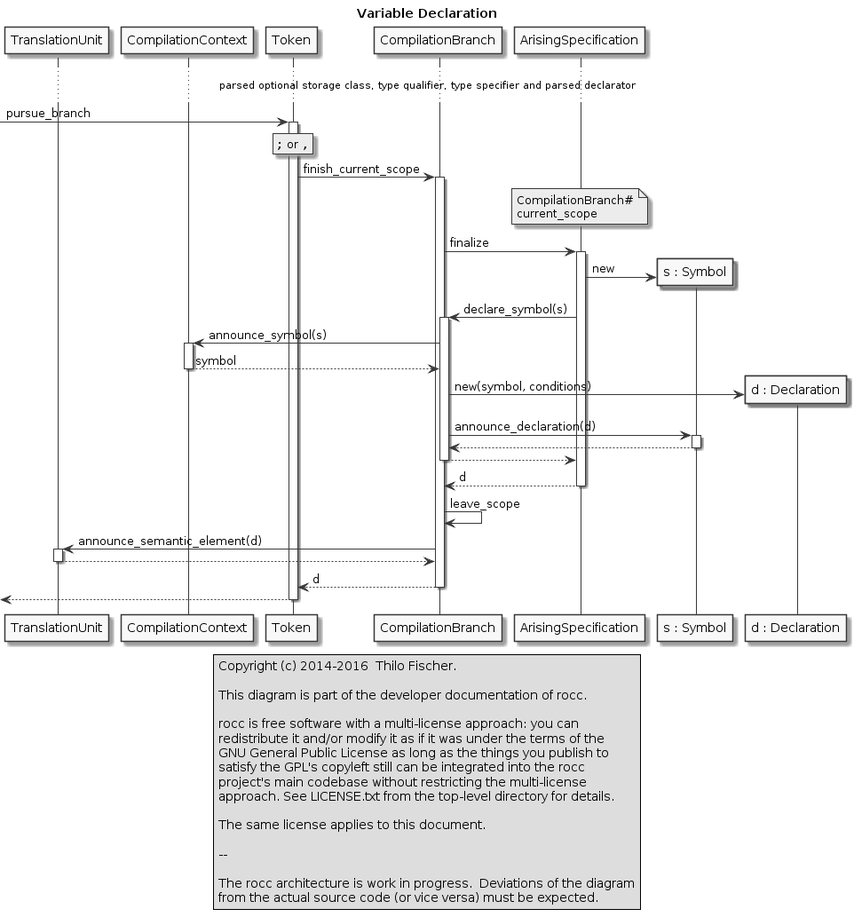
Before: design/snippets/symbol-instantiation_variable-declaration.png, a diagram exported from PlantUML (thilo-fischer/rocc). The source it was exported from:
```plantuml
@startuml

legend center
  Copyright (c) 2014-2016  Thilo Fischer.

  This diagram is part of the developer documentation of rocc.

  rocc is free software with a multi-license approach: you can
  redistribute it and/or modify it as if it was under the terms of the
  GNU General Public License as long as the things you publish to
  satisfy the GPL's copyleft still can be integrated into the rocc
  project's main codebase without restricting the multi-license
  approach. See LICENSE.txt from the top-level directory for details.

  The same license applies to this document.

  --

  The rocc architecture is work in progress.  Deviations of the diagram
  from the actual source code (or vice versa) must be expected.
endlegend

skinparam monochrome true

title Variable Declaration

participant TranslationUnit
participant CompilationContext
participant Token
participant CompilationBranch
participant "ArisingSpecification" as ArisingSpecification
participant "s : Symbol" as Symbol
participant "d : Declaration" as Declaration

... parsed optional storage class, type qualifier, type specifier and parsed declarator ...

[-> Token : pursue_branch

rnote over Token : "";"" or "",""

activate Token

Token -> CompilationBranch : finish_current_scope
activate CompilationBranch

note over ArisingSpecification : CompilationBranch#\ncurrent_scope
CompilationBranch -> ArisingSpecification : finalize
activate ArisingSpecification

create Symbol
ArisingSpecification -> Symbol : new

ArisingSpecification -> CompilationBranch : declare_symbol(s)
activate CompilationBranch

CompilationBranch -> CompilationContext : announce_symbol(s)
activate CompilationContext
CompilationBranch <-- CompilationContext : symbol
deactivate CompilationContext

create Declaration
CompilationBranch -> Declaration : new(symbol, conditions)

CompilationBranch -> Symbol : announce_declaration(d)
activate Symbol
CompilationBranch <-- Symbol
deactivate Symbol

ArisingSpecification <-- CompilationBranch
deactivate CompilationBranch

CompilationBranch <-- ArisingSpecification : d
deactivate ArisingSpecification

CompilationBranch -> CompilationBranch : leave_scope

CompilationBranch -> TranslationUnit : announce_semantic_element(d)
activate TranslationUnit
CompilationBranch <-- TranslationUnit
deactivate TranslationUnit

Token <-- CompilationBranch : d
deactivate CompilationBranch

[<-- Token
deactivate Token

@enduml
```
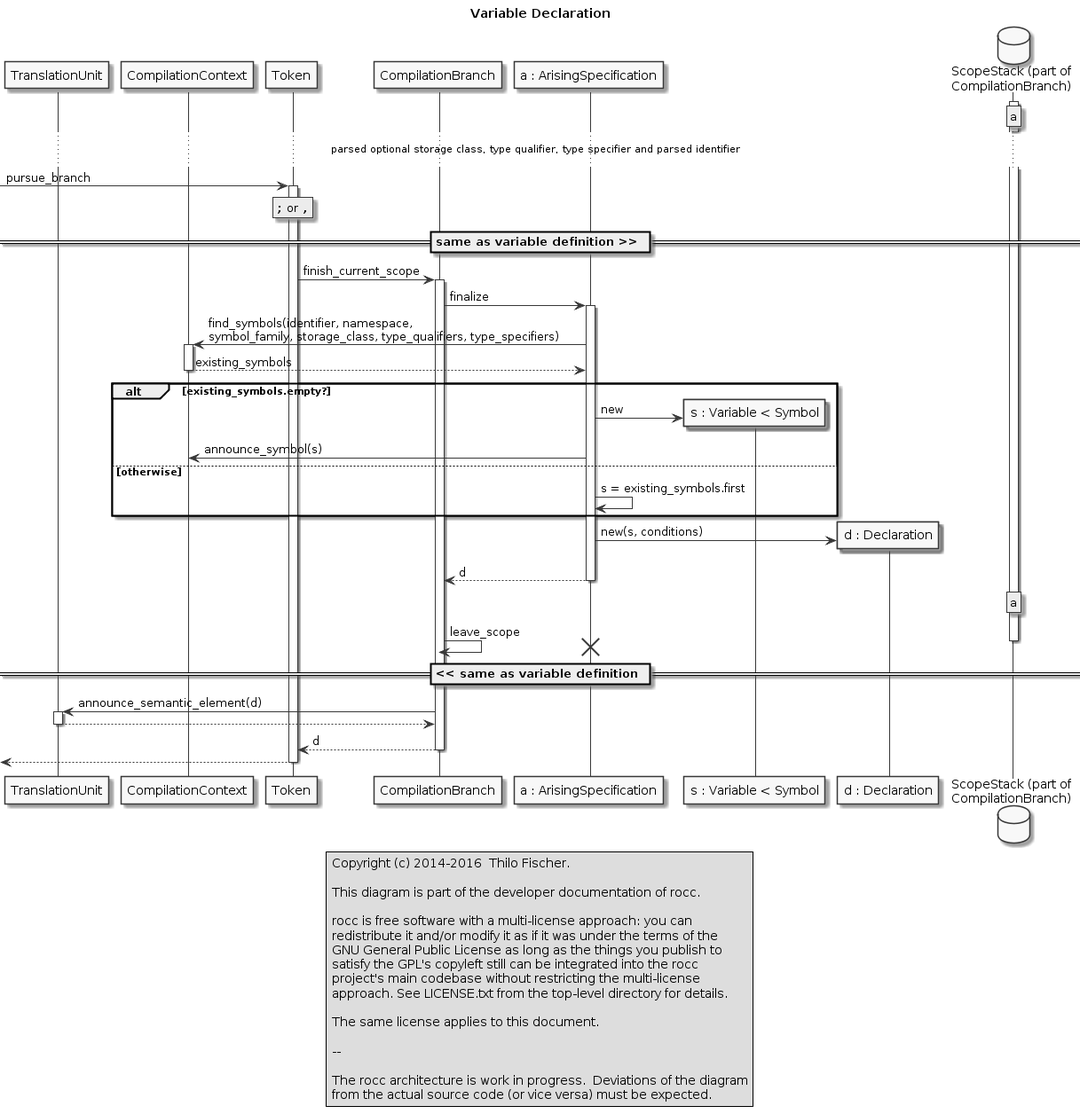
After the commit.

Commit message:
... reworking specifications and symbol instanciation (...  design documents ...) ...

Diff of the diagram source:
```diff
@@ -28,11 +28,15 @@
 participant CompilationContext
 participant Token
 participant CompilationBranch
-participant "ArisingSpecification" as ArisingSpecification
-participant "s : Symbol" as Symbol
+participant "a : ArisingSpecification" as ArisingSpecification
+participant "s : Variable < Symbol" as Symbol
 participant "d : Declaration" as Declaration
+database "ScopeStack (part of\nCompilationBranch)" as ScopeStack
 
-... parsed optional storage class, type qualifier, type specifier and parsed declarator ...
+activate ScopeStack
+rnote over ScopeStack : a
+
+... parsed optional storage class, type qualifier, type specifier and parsed identifier ...
 
 [-> Token : pursue_branch
 
@@ -40,39 +44,45 @@
 
 activate Token
 
+== same as variable definition >> ==
+
 Token -> CompilationBranch : finish_current_scope
 activate CompilationBranch
 
-note over ArisingSpecification : CompilationBranch#\ncurrent_scope
 CompilationBranch -> ArisingSpecification : finalize
 activate ArisingSpecification
 
-create Symbol
-ArisingSpecification -> Symbol : new
-
-ArisingSpecification -> CompilationBranch : declare_symbol(s)
-activate CompilationBranch
-
-CompilationBranch -> CompilationContext : announce_symbol(s)
+ArisingSpecification -> CompilationContext : find_symbols(identifier, namespace,\nsymbol_family, storage_class, type_qualifiers, type_specifiers)
 activate CompilationContext
-CompilationBranch <-- CompilationContext : symbol
+ArisingSpecification <-- CompilationContext : existing_symbols
 deactivate CompilationContext
 
+alt existing_symbols.empty?
+
+  create Symbol
+  ArisingSpecification -> Symbol : new
+
+  ArisingSpecification -> CompilationContext : announce_symbol(s)
+
+else otherwise
+
+  ArisingSpecification -> ArisingSpecification : s = existing_symbols.first
+
+end ' alt existing_symbols.empty?
+
 create Declaration
-CompilationBranch -> Declaration : new(symbol, conditions)
+ArisingSpecification -> Declaration : new(s, conditions)
 
-CompilationBranch -> Symbol : announce_declaration(d)
-activate Symbol
-CompilationBranch <-- Symbol
-deactivate Symbol
-
-ArisingSpecification <-- CompilationBranch
-deactivate CompilationBranch
 
 CompilationBranch <-- ArisingSpecification : d
 deactivate ArisingSpecification
 
+rnote over ScopeStack : a
 CompilationBranch -> CompilationBranch : leave_scope
+deactivate ScopeStack
+destroy ArisingSpecification
+
+== << same as variable definition ==
 
 CompilationBranch -> TranslationUnit : announce_semantic_element(d)
 activate TranslationUnit
```
